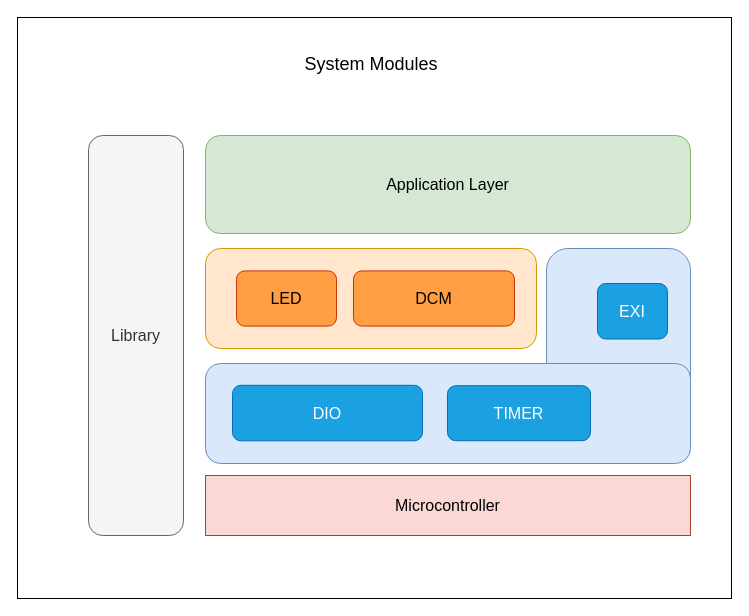
This is Documents/Moving Car System Design - System Modules.drawio from AbdelrhmanWalaa/Moving-Car-Project, a draw.io file, before an edit. Source tidied: cells renumbered, new cells numbered last; positions are measured from the earlier drawing's top-left corner, leaving out a move shared by most shapes. Both pictures are drawn from the tidied source at 100%, with x=0, y=0 at pixel (17, 17).
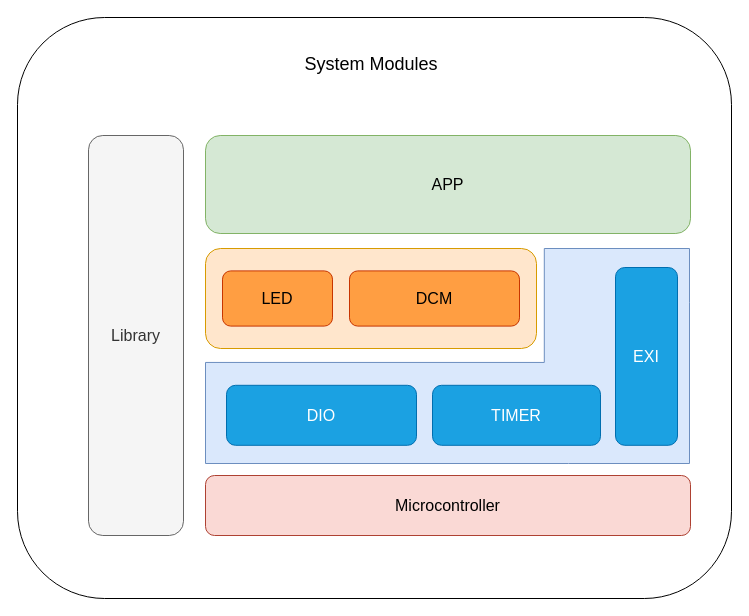
After the change.

Commit message (it also covers changes not shown here):
update (docs): layered architecture

Diff of the diagram source:
```diff
@@
 <mxGraphModel>
   <root>
     <mxCell id="0" />
     <mxCell id="1" parent="0" />
-    <mxCell id="2" style="rounded=0;whiteSpace=wrap;html=1;fontSize=16;" parent="1" vertex="1">
+    <mxCell id="2" style="rounded=1;whiteSpace=wrap;html=1;fontSize=16;" parent="1" vertex="1">
       <mxGeometry width="714" height="581" as="geometry" />
     </mxCell>
     <mxCell id="3" style="rounded=1;whiteSpace=wrap;html=1;fontSize=16;fillColor=#ffe6cc;strokeColor=#d79b00;" parent="1" vertex="1">
       <mxGeometry x="188" y="231" width="331" height="100" as="geometry" />
     </mxCell>
-    <mxCell id="4" value="Application Layer" style="rounded=1;whiteSpace=wrap;html=1;fontSize=16;fillColor=#d5e8d4;strokeColor=#82b366;" parent="1" vertex="1">
+    <mxCell id="4" value="APP" style="rounded=1;whiteSpace=wrap;html=1;fontSize=16;fillColor=#d5e8d4;strokeColor=#82b366;" parent="1" vertex="1">
       <mxGeometry x="188" y="118" width="485" height="98" as="geometry" />
     </mxCell>
     <mxCell id="5" value="Library" style="rounded=1;whiteSpace=wrap;html=1;fontSize=16;fillColor=#f5f5f5;fontColor=#333333;strokeColor=#666666;" parent="1" vertex="1">
       <mxGeometry x="71" y="118" width="95" height="400" as="geometry" />
     </mxCell>
-    <mxCell id="6" value="&lt;font style=&quot;font-size: 18px;&quot;&gt;System Modules&lt;/font&gt;" style="text;html=1;strokeColor=none;fillColor=none;align=center;verticalAlign=middle;whiteSpace=wrap;rounded=0;fontSize=16;" parent="1" vertex="1">
+    <mxCell id="6" value="&lt;font style=&quot;font-size: 18px;&quot;&gt;System Modules&lt;/font&gt;" style="text;html=1;strokeColor=none;fillColor=none;align=center;verticalAlign=middle;whiteSpace=wrap;rounded=1;fontSize=16;" parent="1" vertex="1">
       <mxGeometry x="229" y="32" width="250" height="30" as="geometry" />
     </mxCell>
-    <mxCell id="7" value="Microcontroller" style="rounded=0;whiteSpace=wrap;html=1;fontSize=16;fillColor=#fad9d5;strokeColor=#ae4132;" parent="1" vertex="1">
+    <mxCell id="7" value="Microcontroller" style="rounded=1;whiteSpace=wrap;html=1;fontSize=16;fillColor=#fad9d5;strokeColor=#ae4132;" parent="1" vertex="1">
       <mxGeometry x="188" y="458" width="485" height="60" as="geometry" />
     </mxCell>
     <mxCell id="8" value="LED" style="rounded=1;whiteSpace=wrap;html=1;fontSize=16;fillColor=#ff9e42;fontColor=#000000;strokeColor=#C73500;" parent="1" vertex="1">
-      <mxGeometry x="219" y="253.4" width="100" height="55.2" as="geometry" />
+      <mxGeometry x="205" y="253.4" width="110" height="55.2" as="geometry" />
     </mxCell>
     <mxCell id="9" value="DCM" style="rounded=1;whiteSpace=wrap;html=1;fontSize=16;fillColor=#ff9e42;fontColor=#000000;strokeColor=#C73500;" parent="1" vertex="1">
-      <mxGeometry x="336" y="253.4" width="161" height="55.2" as="geometry" />
+      <mxGeometry x="332" y="253.4" width="170" height="55.2" as="geometry" />
     </mxCell>
-    <mxCell id="10" style="edgeStyle=none;curved=1;rounded=0;orthogonalLoop=1;jettySize=auto;html=1;exitX=0.5;exitY=1;exitDx=0;exitDy=0;fontSize=12;startSize=8;endSize=8;" parent="1" edge="1" source="14" target="14">
-      <mxGeometry relative="1" as="geometry" />
+    <mxCell id="10" style="edgeStyle=none;curved=1;rounded=1;orthogonalLoop=1;jettySize=auto;html=1;exitX=0.5;exitY=1;exitDx=0;exitDy=0;fontSize=12;startSize=8;endSize=8;" parent="1" edge="1">
+      <mxGeometry relative="1" as="geometry">
+        <mxPoint x="615" y="321.5" as="sourcePoint" />
+        <mxPoint x="615" y="321.5" as="targetPoint" />
+      </mxGeometry>
     </mxCell>
-    <mxCell id="11" style="rounded=1;whiteSpace=wrap;html=1;fontSize=16;fillColor=#dae8fc;strokeColor=#6c8ebf;" parent="1" vertex="1">
-      <mxGeometry x="529" y="231" width="144" height="215" as="geometry" />
-    </mxCell>
-    <mxCell id="12" style="rounded=1;whiteSpace=wrap;html=1;fontSize=16;fillColor=#dae8fc;strokeColor=#6c8ebf;" parent="1" vertex="1">
-      <mxGeometry x="188" y="346" width="485" height="100" as="geometry" />
-    </mxCell>
+    <mxCell id="16" style="verticalLabelPosition=bottom;verticalAlign=top;html=1;shape=mxgraph.basic.polygon;polyCoords=[[0.7,0],[1,0],[1,0.25],[1,1],[0.75,1],[0,1],[0,0.53],[0.7,0.53]];polyline=0;fontSize=16;fillColor=#dae8fc;strokeColor=#6c8ebf;rounded=1;" parent="1" vertex="1">
+      <mxGeometry x="188" y="231" width="484" height="215" as="geometry" />
+    </mxCell>
+    <mxCell id="15" value="TIMER" style="rounded=1;whiteSpace=wrap;html=1;fontSize=16;fillColor=#1ba1e2;fontColor=#ffffff;strokeColor=#006EAF;" parent="1" vertex="1">
+      <mxGeometry x="415" y="367.8" width="168" height="60" as="geometry" />
+    </mxCell>
     <mxCell id="13" value="DIO" style="rounded=1;whiteSpace=wrap;html=1;fontSize=16;fillColor=#1ba1e2;fontColor=#ffffff;strokeColor=#006EAF;" parent="1" vertex="1">
-      <mxGeometry x="215" y="367.8" width="190" height="55.5" as="geometry" />
+      <mxGeometry x="209" y="367.8" width="190" height="60" as="geometry" />
     </mxCell>
     <mxCell id="14" value="EXI" style="rounded=1;whiteSpace=wrap;html=1;fontSize=16;fillColor=#1ba1e2;fontColor=#ffffff;strokeColor=#006EAF;" parent="1" vertex="1">
-      <mxGeometry x="580" y="266" width="70" height="55.5" as="geometry" />
+      <mxGeometry x="598" y="250" width="62" height="177.8" as="geometry" />
     </mxCell>
-    <mxCell id="15" value="TIMER" style="rounded=1;whiteSpace=wrap;html=1;fontSize=16;fillColor=#1ba1e2;fontColor=#ffffff;strokeColor=#006EAF;" parent="1" vertex="1">
-      <mxGeometry x="430" y="368.2" width="143" height="55" as="geometry" />
-    </mxCell>
   </root>
 </mxGraphModel>
```
